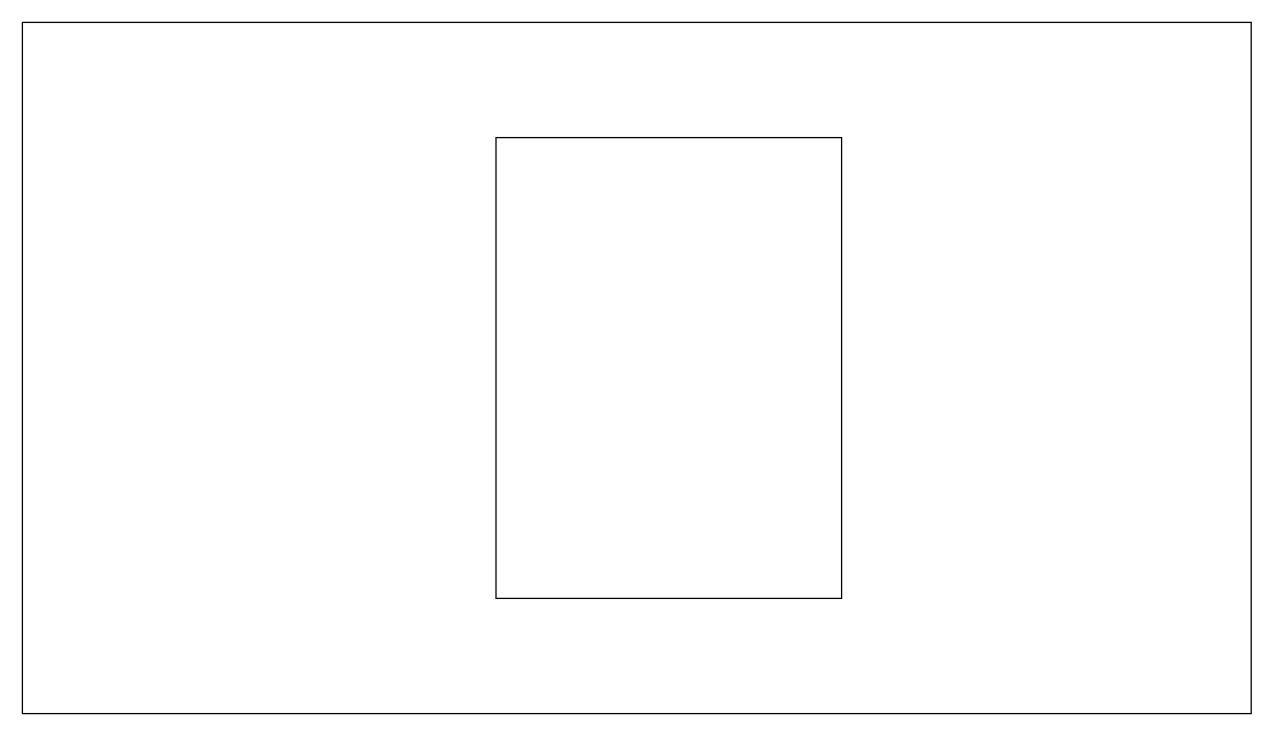
Earlier version of the draw.io diagram player_ui.drawio (ssw940521/archerBackend). Source tidied: cells renumbered, new cells numbered last; positions are measured from the earlier drawing's top-left corner, leaving out a move shared by most shapes. Both pictures are drawn from the tidied source at 128%, with x=0, y=0 at pixel (22, 22).
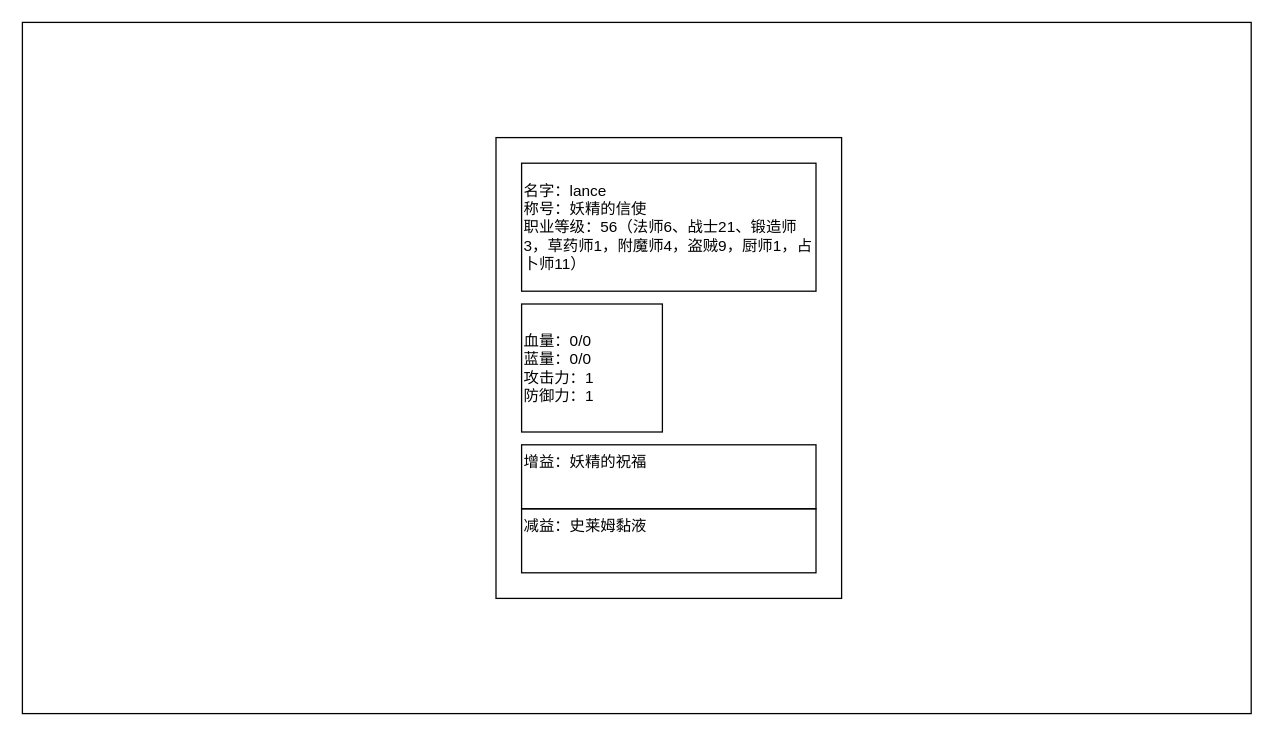
The same diagram, later.

Change to the diagram source:
```diff
@@
 <mxGraphModel>
   <root>
     <mxCell id="0" />
     <mxCell id="1" parent="0" />
     <mxCell id="2" style="rounded=0;whiteSpace=wrap;html=1;fillColor=none;" parent="1" vertex="1">
       <mxGeometry width="960" height="540" as="geometry" />
     </mxCell>
     <mxCell id="3" style="rounded=0;whiteSpace=wrap;html=1;fillColor=none;" parent="1" vertex="1">
       <mxGeometry x="370" y="90" width="270" height="360" as="geometry" />
     </mxCell>
+    <mxCell id="4" value="名字：lance&lt;div&gt;称号：妖精的信使&lt;/div&gt;&lt;div&gt;职业等级：56（法师6、战士21、锻造师3，草药师1，附魔师4，盗贼9，厨师1，占卜师11）&lt;/div&gt;" style="rounded=0;whiteSpace=wrap;html=1;fillColor=none;align=left;glass=0;" parent="1" vertex="1">
+      <mxGeometry x="390" y="110" width="230" height="100" as="geometry" />
+    </mxCell>
+    <mxCell id="5" value="血量：0/0&lt;div&gt;蓝量：0/0&lt;/div&gt;&lt;div&gt;攻击力：1&lt;/div&gt;&lt;div&gt;防御力：1&lt;/div&gt;" style="rounded=0;whiteSpace=wrap;html=1;fillColor=none;align=left;" parent="1" vertex="1">
+      <mxGeometry x="390" y="220" width="110" height="100" as="geometry" />
+    </mxCell>
+    <mxCell id="6" value="增益：妖精的祝福&#9;" style="rounded=0;whiteSpace=wrap;html=1;fillColor=none;align=left;labelPosition=center;verticalLabelPosition=middle;verticalAlign=top;" parent="1" vertex="1">
+      <mxGeometry x="390" y="330" width="230" height="50" as="geometry" />
+    </mxCell>
+    <mxCell id="7" value="减益：史莱姆黏液" style="rounded=0;whiteSpace=wrap;html=1;fillColor=none;align=left;verticalAlign=top;" parent="1" vertex="1">
+      <mxGeometry x="390" y="380" width="230" height="50" as="geometry" />
+    </mxCell>
   </root>
 </mxGraphModel>
```
